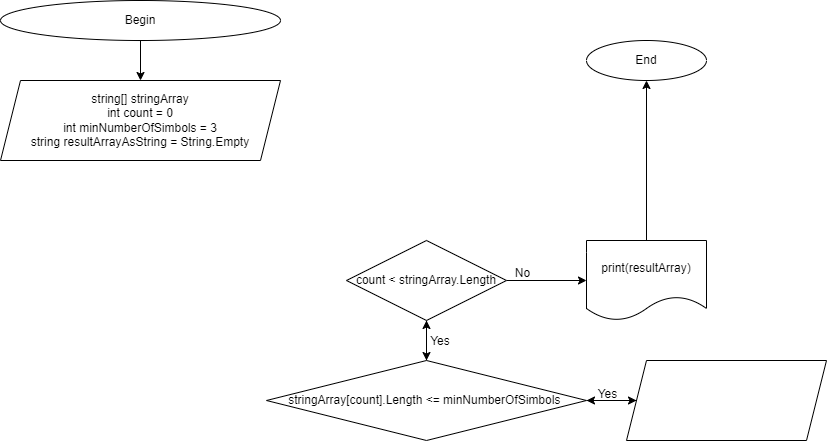
Earlier version of the draw.io export algorithm diagram/FinalProject.png (ArsenyPtitsyn/Choosing-a-specialization). Source tidied: cells renumbered, new cells last; positions are measured from the earlier drawing's top-left corner, leaving out a move shared by most shapes.
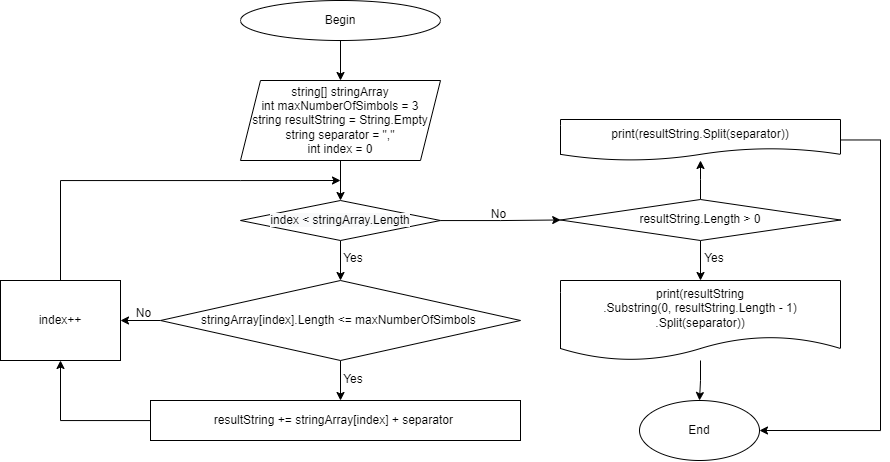
Above is the later version.

Commit message:
The algorithm diagram is finished

What changed in the source:
```diff
@@ -6,52 +6,99 @@
       <mxGeometry relative="1" as="geometry" />
     </mxCell>
     <mxCell id="3" value="Begin" style="ellipse;whiteSpace=wrap;html=1;" parent="1" vertex="1">
-      <mxGeometry width="280" height="40" as="geometry" />
+      <mxGeometry x="40" width="200" height="40" as="geometry" />
     </mxCell>
+    <mxCell id="19" style="edgeStyle=orthogonalEdgeStyle;rounded=0;jettySize=auto;html=1;" parent="1" edge="1" source="4" target="23">
+      <mxGeometry relative="1" as="geometry" />
+    </mxCell>
-    <mxCell id="4" value="string[] stringArray&lt;br&gt;int count = 0&lt;br&gt;int minNumberOfSimbols = 3&lt;br&gt;string resultArrayAsString = String.Empty" style="shape=parallelogram;perimeter=parallelogramPerimeter;whiteSpace=wrap;html=1;fixedSize=1;" parent="1" vertex="1">
-      <mxGeometry y="80" width="280" height="80" as="geometry" />
+    <mxCell id="4" value="string[] stringArray&lt;br&gt;int maxNumberOfSimbols = 3&lt;br&gt;string resultString = String.Empty&lt;br&gt;string separator = &quot;,&quot;&lt;br&gt;int index = 0" style="shape=parallelogram;perimeter=parallelogramPerimeter;whiteSpace=wrap;html=1;fixedSize=1;" parent="1" vertex="1">
+      <mxGeometry x="40" y="80" width="200" height="80" as="geometry" />
     </mxCell>
-    <mxCell id="5" style="edgeStyle=orthogonalEdgeStyle;rounded=0;jettySize=auto;html=1;" parent="1" edge="1" source="7" target="10">
-      <mxGeometry relative="1" as="geometry" />
-    </mxCell>
-    <mxCell id="6" style="edgeStyle=orthogonalEdgeStyle;rounded=0;jettySize=auto;html=1;" parent="1" edge="1" source="7" target="13">
-      <mxGeometry relative="1" as="geometry" />
-    </mxCell>
-    <mxCell id="7" value="count &amp;lt; stringArray.Length" style="rhombus;whiteSpace=wrap;html=1;" parent="1" vertex="1">
-      <mxGeometry x="346" y="240" width="160" height="80" as="geometry" />
-    </mxCell>
-    <mxCell id="8" style="edgeStyle=orthogonalEdgeStyle;rounded=0;jettySize=auto;html=1;" parent="1" edge="1" source="10" target="7">
-      <mxGeometry relative="1" as="geometry" />
-    </mxCell>
-    <mxCell id="9" style="edgeStyle=orthogonalEdgeStyle;rounded=0;jettySize=auto;html=1;" parent="1" edge="1" source="10" target="17">
-      <mxGeometry relative="1" as="geometry" />
+    <mxCell id="9" style="edgeStyle=orthogonalEdgeStyle;rounded=0;jettySize=auto;html=1;" parent="1" edge="1" source="10">
+      <mxGeometry relative="1" as="geometry">
+        <mxPoint x="140" y="400" as="targetPoint" />
+      </mxGeometry>
     </mxCell>
+    <mxCell id="20" style="edgeStyle=orthogonalEdgeStyle;rounded=0;jettySize=auto;html=1;" parent="1" edge="1" source="10" target="30">
+      <mxGeometry relative="1" as="geometry" />
+    </mxCell>
-    <mxCell id="10" value="stringArray[count].Length &amp;lt;= minNumberOfSimbols&amp;nbsp;" style="rhombus;whiteSpace=wrap;html=1;" parent="1" vertex="1">
-      <mxGeometry x="266" y="360" width="320" height="80" as="geometry" />
+    <mxCell id="10" value="stringArray[index].Length &amp;lt;= maxNumberOfSimbols&amp;nbsp;" style="rhombus;whiteSpace=wrap;html=1;" parent="1" vertex="1">
+      <mxGeometry x="-40" y="280" width="360" height="80" as="geometry" />
     </mxCell>
-    <mxCell id="11" value="Yes" style="text;html=1;strokeColor=none;fillColor=none;align=center;verticalAlign=middle;whiteSpace=wrap;rounded=0;" parent="1" vertex="1">
-      <mxGeometry x="410" y="326" width="60" height="30" as="geometry" />
-    </mxCell>
-    <mxCell id="12" style="edgeStyle=orthogonalEdgeStyle;rounded=0;jettySize=auto;html=1;" parent="1" edge="1" source="13" target="15">
-      <mxGeometry relative="1" as="geometry" />
-    </mxCell>
-    <mxCell id="13" value="print(resultArray)" style="shape=document;whiteSpace=wrap;html=1;boundedLbl=1;" parent="1" vertex="1">
-      <mxGeometry x="586" y="240" width="120" height="80" as="geometry" />
-    </mxCell>
-    <mxCell id="14" value="No" style="text;html=1;align=center;verticalAlign=middle;strokeColor=none;fillColor=none;" parent="1" vertex="1">
-      <mxGeometry x="502" y="258" width="40" height="30" as="geometry" />
-    </mxCell>
+    <mxCell id="21" style="edgeStyle=orthogonalEdgeStyle;rounded=0;jettySize=auto;html=1;" parent="1" edge="1" source="23">
+      <mxGeometry relative="1" as="geometry">
+        <mxPoint x="140" y="280" as="targetPoint" />
+      </mxGeometry>
+    </mxCell>
+    <mxCell id="22" style="edgeStyle=orthogonalEdgeStyle;rounded=0;jettySize=auto;html=1;" parent="1" edge="1" source="23" target="34">
+      <mxGeometry relative="1" as="geometry" />
+    </mxCell>
+    <mxCell id="23" value="&lt;span style=&quot;color: rgb(0, 0, 0); font-family: Helvetica; font-size: 12px; font-style: normal; font-variant-ligatures: normal; font-variant-caps: normal; font-weight: 400; letter-spacing: normal; orphans: 2; text-align: center; text-indent: 0px; text-transform: none; widows: 2; word-spacing: 0px; -webkit-text-stroke-width: 0px; background-color: rgb(248, 249, 250); text-decoration-thickness: initial; text-decoration-style: initial; text-decoration-color: initial; float: none; display: inline !important;&quot;&gt;index&amp;nbsp;&amp;lt; stringArray.Length&lt;/span&gt;" style="rhombus;whiteSpace=wrap;html=1;" parent="1" vertex="1">
+      <mxGeometry x="40" y="200" width="200" height="40" as="geometry" />
+    </mxCell>
+    <mxCell id="24" value="No" style="text;html=1;align=center;verticalAlign=middle;strokeColor=none;fillColor=none;" parent="1" vertex="1">
+      <mxGeometry x="278" y="199" width="40" height="30" as="geometry" />
+    </mxCell>
+    <mxCell id="25" value="Yes" style="text;html=1;strokeColor=none;fillColor=none;align=center;verticalAlign=middle;whiteSpace=wrap;rounded=0;" parent="1" vertex="1">
+      <mxGeometry x="123" y="243" width="60" height="30" as="geometry" />
+    </mxCell>
+    <mxCell id="26" value="Yes" style="text;html=1;strokeColor=none;fillColor=none;align=center;verticalAlign=middle;whiteSpace=wrap;rounded=0;" parent="1" vertex="1">
+      <mxGeometry x="123" y="364" width="60" height="30" as="geometry" />
+    </mxCell>
+    <mxCell id="27" style="edgeStyle=orthogonalEdgeStyle;rounded=0;jettySize=auto;html=1;entryX=0.5;entryY=1;entryDx=0;entryDy=0;" parent="1" edge="1" source="28" target="30">
+      <mxGeometry relative="1" as="geometry" />
+    </mxCell>
+    <mxCell id="28" value="resultString += stringArray[index] + separator&amp;nbsp;" style="rounded=0;whiteSpace=wrap;html=1;" parent="1" vertex="1">
+      <mxGeometry x="-50" y="400" width="370" height="40" as="geometry" />
+    </mxCell>
+    <mxCell id="29" style="edgeStyle=orthogonalEdgeStyle;rounded=0;jettySize=auto;html=1;" parent="1" edge="1" source="30">
+      <mxGeometry relative="1" as="geometry">
+        <mxPoint x="140" y="180" as="targetPoint" />
+        <Array as="points">
+          <mxPoint x="-140" y="180" />
+          <mxPoint x="40" y="180" />
+        </Array>
+      </mxGeometry>
+    </mxCell>
+    <mxCell id="30" value="index++" style="whiteSpace=wrap;html=1;rounded=0;" parent="1" vertex="1">
+      <mxGeometry x="-200" y="280" width="120" height="80" as="geometry" />
+    </mxCell>
+    <mxCell id="31" value="No" style="text;html=1;align=center;verticalAlign=middle;strokeColor=none;fillColor=none;" parent="1" vertex="1">
+      <mxGeometry x="-77" y="298" width="40" height="30" as="geometry" />
+    </mxCell>
+    <mxCell id="32" style="edgeStyle=orthogonalEdgeStyle;rounded=0;jettySize=auto;html=1;" parent="1" edge="1" source="34">
+      <mxGeometry relative="1" as="geometry">
+        <mxPoint x="500" y="280" as="targetPoint" />
+      </mxGeometry>
+    </mxCell>
+    <mxCell id="33" style="edgeStyle=orthogonalEdgeStyle;rounded=0;jettySize=auto;html=1;" parent="1" edge="1" source="34" target="39">
+      <mxGeometry relative="1" as="geometry" />
+    </mxCell>
+    <mxCell id="34" value="resultString.Length &amp;gt; 0" style="rhombus;whiteSpace=wrap;html=1;" parent="1" vertex="1">
+      <mxGeometry x="360" y="199" width="280" height="41" as="geometry" />
+    </mxCell>
+    <mxCell id="35" value="Yes" style="text;html=1;strokeColor=none;fillColor=none;align=center;verticalAlign=middle;whiteSpace=wrap;rounded=0;" parent="1" vertex="1">
+      <mxGeometry x="484" y="243" width="60" height="30" as="geometry" />
+    </mxCell>
+    <mxCell id="36" style="edgeStyle=orthogonalEdgeStyle;rounded=0;jettySize=auto;html=1;" parent="1" edge="1" source="37" target="15">
+      <mxGeometry relative="1" as="geometry" />
+    </mxCell>
+    <mxCell id="37" value="print(resultString&lt;br&gt;.Substring(0, resultString.Length - 1)&lt;br&gt;.Split(separator))" style="shape=document;whiteSpace=wrap;html=1;boundedLbl=1;" parent="1" vertex="1">
+      <mxGeometry x="360" y="280" width="280" height="80" as="geometry" />
+    </mxCell>
+    <mxCell id="38" style="edgeStyle=orthogonalEdgeStyle;rounded=0;jettySize=auto;html=1;entryX=1;entryY=0.5;entryDx=0;entryDy=0;" parent="1" edge="1" source="39" target="15">
+      <mxGeometry relative="1" as="geometry">
+        <Array as="points">
+          <mxPoint x="680" y="139" />
+          <mxPoint x="680" y="430" />
+        </Array>
+      </mxGeometry>
+    </mxCell>
+    <mxCell id="39" value="print(resultString.Split(separator))" style="shape=document;whiteSpace=wrap;html=1;boundedLbl=1;" parent="1" vertex="1">
+      <mxGeometry x="360" y="119" width="280" height="41" as="geometry" />
+    </mxCell>
     <mxCell id="15" value="End" style="ellipse;whiteSpace=wrap;html=1;" parent="1" vertex="1">
-      <mxGeometry x="586" y="40" width="120" height="40" as="geometry" />
+      <mxGeometry x="439" y="400" width="120" height="60" as="geometry" />
     </mxCell>
-    <mxCell id="16" style="edgeStyle=orthogonalEdgeStyle;rounded=0;jettySize=auto;html=1;" parent="1" edge="1" source="17" target="10">
-      <mxGeometry relative="1" as="geometry" />
-    </mxCell>
-    <mxCell id="17" style="shape=parallelogram;perimeter=parallelogramPerimeter;whiteSpace=wrap;html=1;fixedSize=1;" parent="1" vertex="1">
-      <mxGeometry x="626" y="360" width="200" height="80" as="geometry" />
-    </mxCell>
-    <mxCell id="18" value="Yes" style="text;html=1;align=center;verticalAlign=middle;strokeColor=none;fillColor=none;" parent="1" vertex="1">
-      <mxGeometry x="587" y="379" width="40" height="30" as="geometry" />
-    </mxCell>
   </root>
 </mxGraphModel>
```
